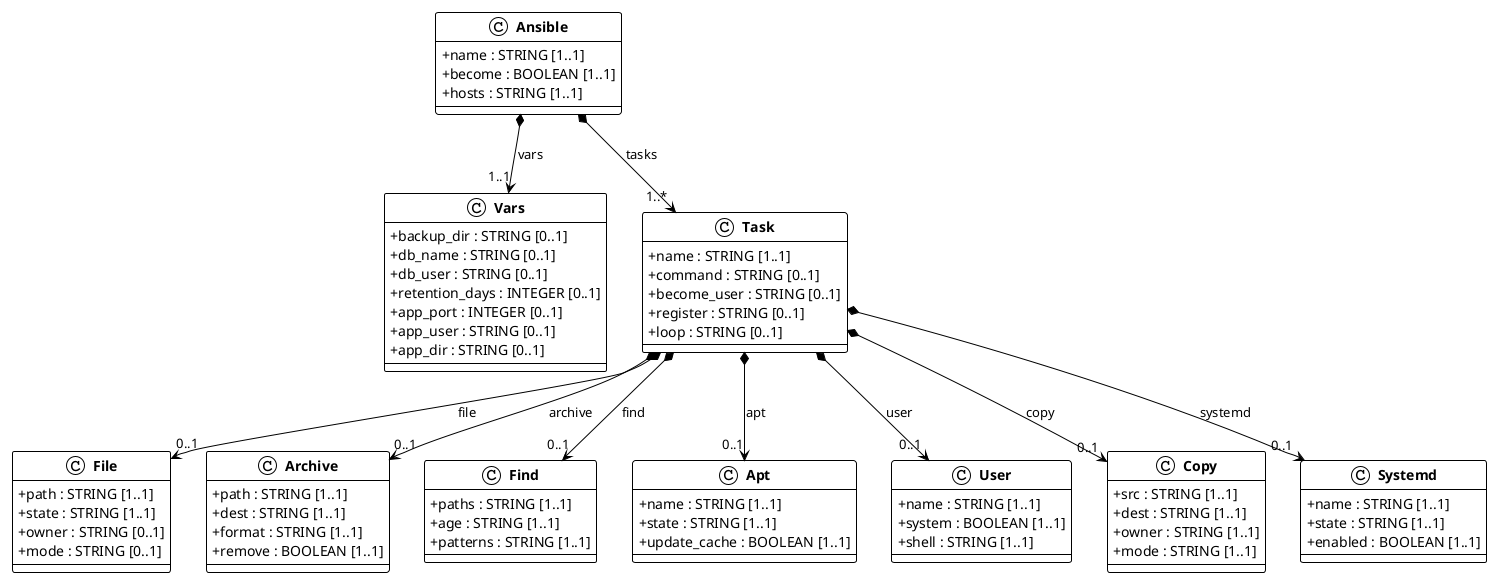
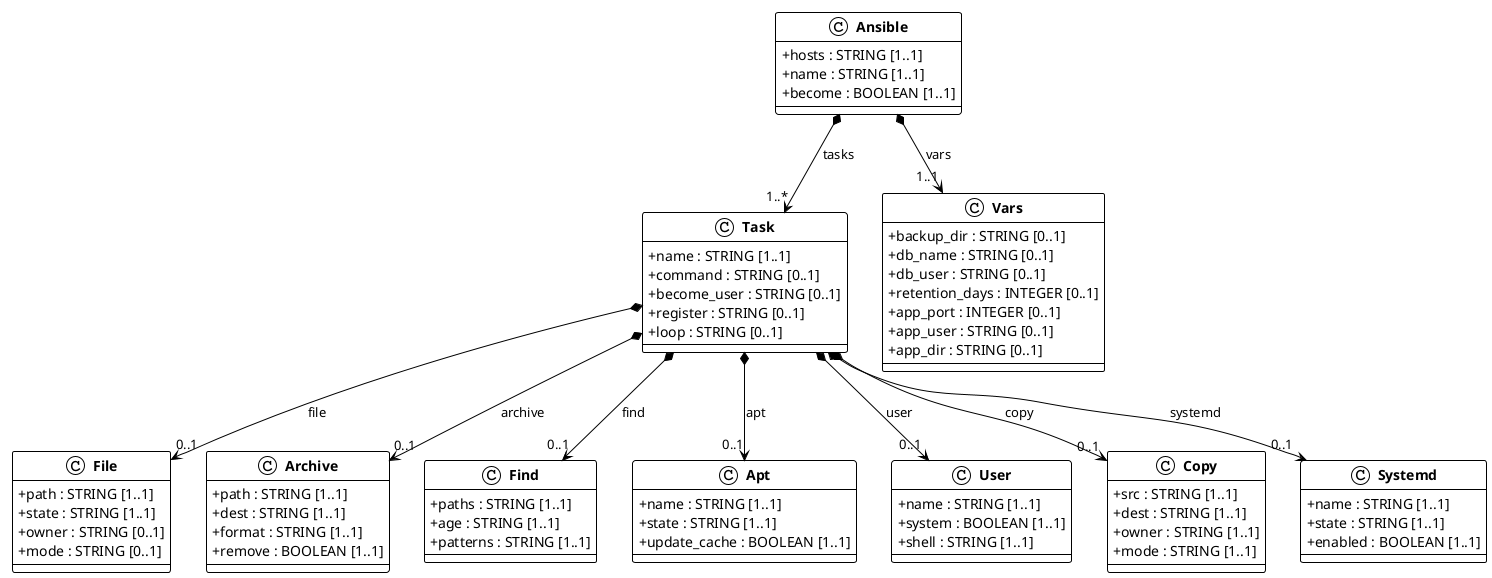
@startuml ansible
!theme plain
skinparam classAttributeIconSize 0
skinparam classFontStyle bold

class Ansible{
+   + hosts : STRING [1..1]
  + name : STRING [1..1]
  + become : BOOLEAN [1..1]
-   + hosts : STRING [1..1]
- }
- 
- class Vars{
-   + backup_dir : STRING [0..1]
-   + db_name : STRING [0..1]
-   + db_user : STRING [0..1]
-   + retention_days : INTEGER [0..1]
-   + app_port : INTEGER [0..1]
-   + app_user : STRING [0..1]
-   + app_dir : STRING [0..1]
}

class Task{
  + name : STRING [1..1]
  + command : STRING [0..1]
  + become_user : STRING [0..1]
  + register : STRING [0..1]
  + loop : STRING [0..1]
}

class File{
  + path : STRING [1..1]
  + state : STRING [1..1]
  + owner : STRING [0..1]
  + mode : STRING [0..1]
}

class Archive{
  + path : STRING [1..1]
  + dest : STRING [1..1]
  + format : STRING [1..1]
  + remove : BOOLEAN [1..1]
}

class Find{
  + paths : STRING [1..1]
  + age : STRING [1..1]
  + patterns : STRING [1..1]
}

+ class Vars{
+   + backup_dir : STRING [0..1]
+   + db_name : STRING [0..1]
+   + db_user : STRING [0..1]
+   + retention_days : INTEGER [0..1]
+   + app_port : INTEGER [0..1]
+   + app_user : STRING [0..1]
+   + app_dir : STRING [0..1]
+ }
+ 
class Apt{
  + name : STRING [1..1]
  + state : STRING [1..1]
  + update_cache : BOOLEAN [1..1]
}

class User{
  + name : STRING [1..1]
  + system : BOOLEAN [1..1]
  + shell : STRING [1..1]
}

class Copy{
  + src : STRING [1..1]
  + dest : STRING [1..1]
  + owner : STRING [1..1]
  + mode : STRING [1..1]
}

class Systemd{
  + name : STRING [1..1]
  + state : STRING [1..1]
  + enabled : BOOLEAN [1..1]
}

+ Ansible *--> "1..*" Task : tasks
Ansible *--> "1..1" Vars : vars
- Ansible *--> "1..*" Task : tasks
Task *--> "0..1" File : file
Task *--> "0..1" Archive : archive
Task *--> "0..1" Find : find
Task *--> "0..1" Apt : apt
Task *--> "0..1" User : user
Task *--> "0..1" Copy : copy
Task *--> "0..1" Systemd : systemd

@enduml
